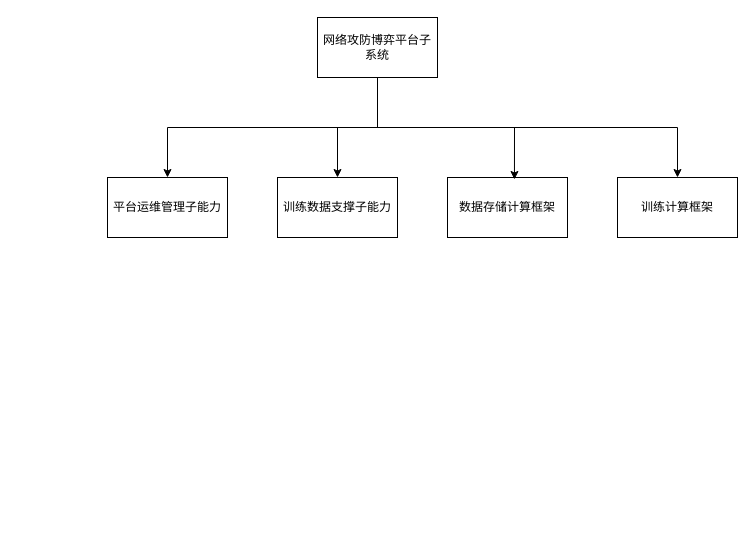
The draw.io diagram 1、网络攻防博弈平台子系统.drawio in yuxibiwin/draw, before the edit. Source tidied: cells renumbered, new cells numbered last; positions are measured from the earlier drawing's top-left corner, leaving out a move shared by most shapes. Both pictures are drawn from the tidied source at 100%, with x=0, y=0 at pixel (107, 17).
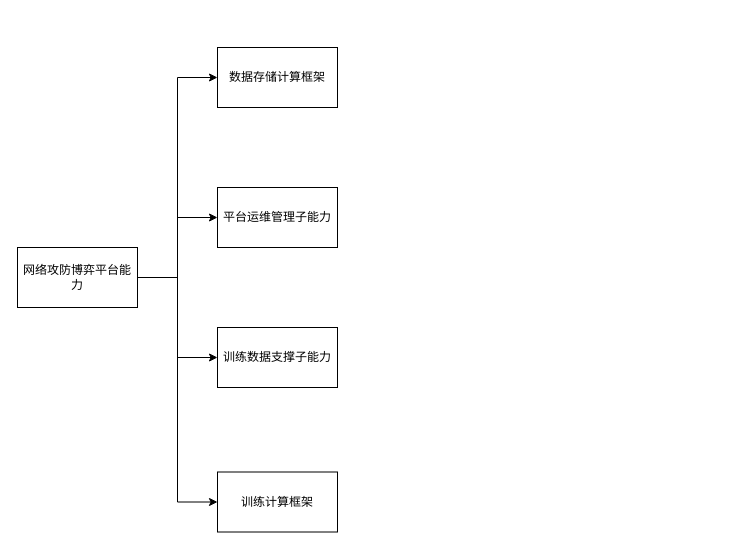
After the change.

Commit message:
更新1、网络攻防博弈平台子系统.drawio

Change to the diagram source:
```diff
@@
 <mxGraphModel>
   <root>
     <mxCell id="0" />
     <mxCell id="1" parent="0" />
+    <mxCell id="10" style="edgeStyle=orthogonalEdgeStyle;rounded=0;jettySize=auto;html=1;entryX=0;entryY=0.5;entryDx=0;entryDy=0;" parent="1" edge="1" source="5" target="9">
+      <mxGeometry relative="1" as="geometry" />
+    </mxCell>
-    <mxCell id="2" style="edgeStyle=orthogonalEdgeStyle;rounded=0;jettySize=auto;html=1;" parent="1" edge="1" source="5" target="6">
-      <mxGeometry relative="1" as="geometry">
-        <Array as="points">
-          <mxPoint x="270" y="110" />
-          <mxPoint x="60" y="110" />
-        </Array>
-      </mxGeometry>
+    <mxCell id="2" style="edgeStyle=orthogonalEdgeStyle;rounded=0;jettySize=auto;html=1;entryX=0;entryY=0.5;entryDx=0;entryDy=0;" parent="1" edge="1" source="5" target="6">
+      <mxGeometry relative="1" as="geometry" />
     </mxCell>
+    <mxCell id="4" style="edgeStyle=orthogonalEdgeStyle;rounded=0;jettySize=auto;html=1;entryX=0;entryY=0.5;entryDx=0;entryDy=0;" parent="1" edge="1" source="5" target="7">
+      <mxGeometry relative="1" as="geometry" />
+    </mxCell>
-    <mxCell id="3" style="edgeStyle=orthogonalEdgeStyle;rounded=0;jettySize=auto;html=1;" parent="1" edge="1" source="5" target="8">
-      <mxGeometry relative="1" as="geometry">
-        <Array as="points">
-          <mxPoint x="270" y="110" />
-          <mxPoint x="570" y="110" />
-        </Array>
-      </mxGeometry>
+    <mxCell id="3" style="edgeStyle=orthogonalEdgeStyle;rounded=0;jettySize=auto;html=1;entryX=0;entryY=0.5;entryDx=0;entryDy=0;" parent="1" edge="1" source="5" target="8">
+      <mxGeometry relative="1" as="geometry" />
     </mxCell>
-    <mxCell id="4" style="edgeStyle=orthogonalEdgeStyle;rounded=0;jettySize=auto;html=1;" parent="1" edge="1" source="5" target="7">
-      <mxGeometry relative="1" as="geometry" />
-    </mxCell>
-    <mxCell id="5" value="网络攻防博弈平台子系统" style="rounded=0;whiteSpace=wrap;html=1;" parent="1" vertex="1">
-      <mxGeometry x="210" width="120" height="60" as="geometry" />
+    <mxCell id="5" value="网络攻防博弈平台能力" style="rounded=0;whiteSpace=wrap;html=1;" parent="1" vertex="1">
+      <mxGeometry x="-90" y="230" width="120" height="60" as="geometry" />
     </mxCell>
     <mxCell id="6" value="平台运维管理子能力" style="whiteSpace=wrap;html=1;rounded=0;" parent="1" vertex="1">
-      <mxGeometry y="160" width="120" height="60" as="geometry" />
+      <mxGeometry x="110" y="170" width="120" height="60" as="geometry" />
     </mxCell>
     <mxCell id="7" value="训练数据支撑子能力" style="whiteSpace=wrap;html=1;rounded=0;" parent="1" vertex="1">
-      <mxGeometry x="170" y="160" width="120" height="60" as="geometry" />
+      <mxGeometry x="110" y="310" width="120" height="60" as="geometry" />
     </mxCell>
     <mxCell id="8" value="训练计算框架" style="whiteSpace=wrap;html=1;rounded=0;" parent="1" vertex="1">
-      <mxGeometry x="510" y="160" width="120" height="60" as="geometry" />
+      <mxGeometry x="110" y="454.5" width="120" height="60" as="geometry" />
     </mxCell>
     <mxCell id="9" value="数据存储计算框架" style="whiteSpace=wrap;html=1;rounded=0;" parent="1" vertex="1">
-      <mxGeometry x="340" y="160" width="120" height="60" as="geometry" />
+      <mxGeometry x="110" y="30" width="120" height="60" as="geometry" />
     </mxCell>
-    <mxCell id="10" style="edgeStyle=orthogonalEdgeStyle;rounded=0;jettySize=auto;html=1;entryX=0.558;entryY=0.033;entryDx=0;entryDy=0;entryPerimeter=0;" parent="1" edge="1" source="5" target="9">
-      <mxGeometry relative="1" as="geometry">
-        <Array as="points">
-          <mxPoint x="270" y="110" />
-          <mxPoint x="407" y="110" />
-        </Array>
-      </mxGeometry>
-    </mxCell>
   </root>
 </mxGraphModel>
```
